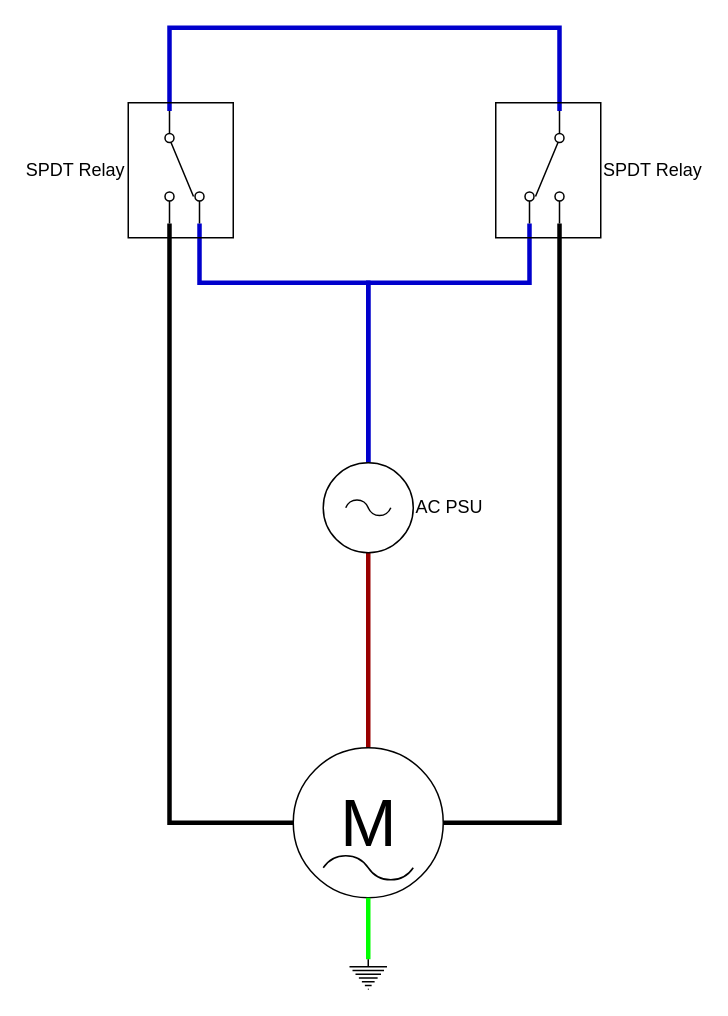
MichielVanwelsenaere/HomeAutomation.CoDeSys3 keeps this draw.io diagram as page "Wiring: AC" (2 of 3) of docs/_drawio/FB_OUTPUT_COVER_MQTT.drawio. Above is the earlier version. Source tidied: cells renumbered, new cells numbered last; positions are measured from the earlier drawing's top-left corner, leaving out a move shared by most shapes. Both pictures are drawn from the tidied source at 150%, with x=0, y=0 at pixel (128, 27).
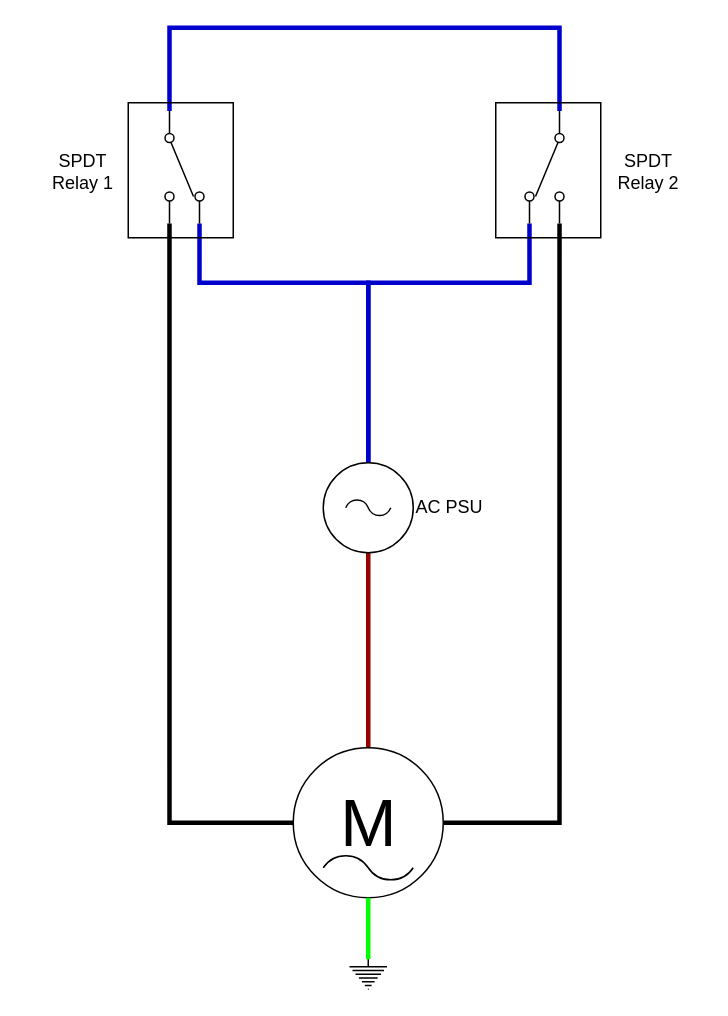
The same page after the edit.

Diff of the diagram source:
```diff
@@
-    <mxCell id="14" value="SPDT Relay" style="rounded=0;whiteSpace=wrap;html=1;labelBackgroundColor=none;fillColor=none;fontColor=#000000;labelPosition=left;verticalLabelPosition=middle;align=right;verticalAlign=middle;" parent="1" vertex="1">
+    <mxCell id="14" style="rounded=0;whiteSpace=wrap;html=1;labelBackgroundColor=none;fillColor=none;fontColor=#000000;labelPosition=left;verticalLabelPosition=middle;align=center;verticalAlign=middle;" parent="1" vertex="1">
       <mxGeometry y="50" width="70" height="90" as="geometry" />
     </mxCell>
-    <mxCell id="15" value="SPDT Relay" style="rounded=0;whiteSpace=wrap;html=1;labelBackgroundColor=none;fillColor=none;fontColor=#000000;labelPosition=right;verticalLabelPosition=middle;align=left;verticalAlign=middle;" parent="1" vertex="1">
+    <mxCell id="15" style="rounded=0;whiteSpace=wrap;html=1;labelBackgroundColor=none;fillColor=none;fontColor=#000000;labelPosition=right;verticalLabelPosition=middle;align=left;verticalAlign=middle;" parent="1" vertex="1">
       <mxGeometry x="245" y="50" width="70" height="90" as="geometry" />
     </mxCell>
+    <mxCell id="16" value="SPDT Relay 1" style="text;html=1;strokeColor=none;fillColor=none;align=center;verticalAlign=middle;whiteSpace=wrap;rounded=0;" parent="1" vertex="1">
+      <mxGeometry x="-60" y="86" width="60" height="20" as="geometry" />
+    </mxCell>
+    <mxCell id="17" value="SPDT Relay 2" style="text;html=1;strokeColor=none;fillColor=none;align=center;verticalAlign=middle;whiteSpace=wrap;rounded=0;" parent="1" vertex="1">
+      <mxGeometry x="317" y="86" width="60" height="20" as="geometry" />
+    </mxCell>
```
